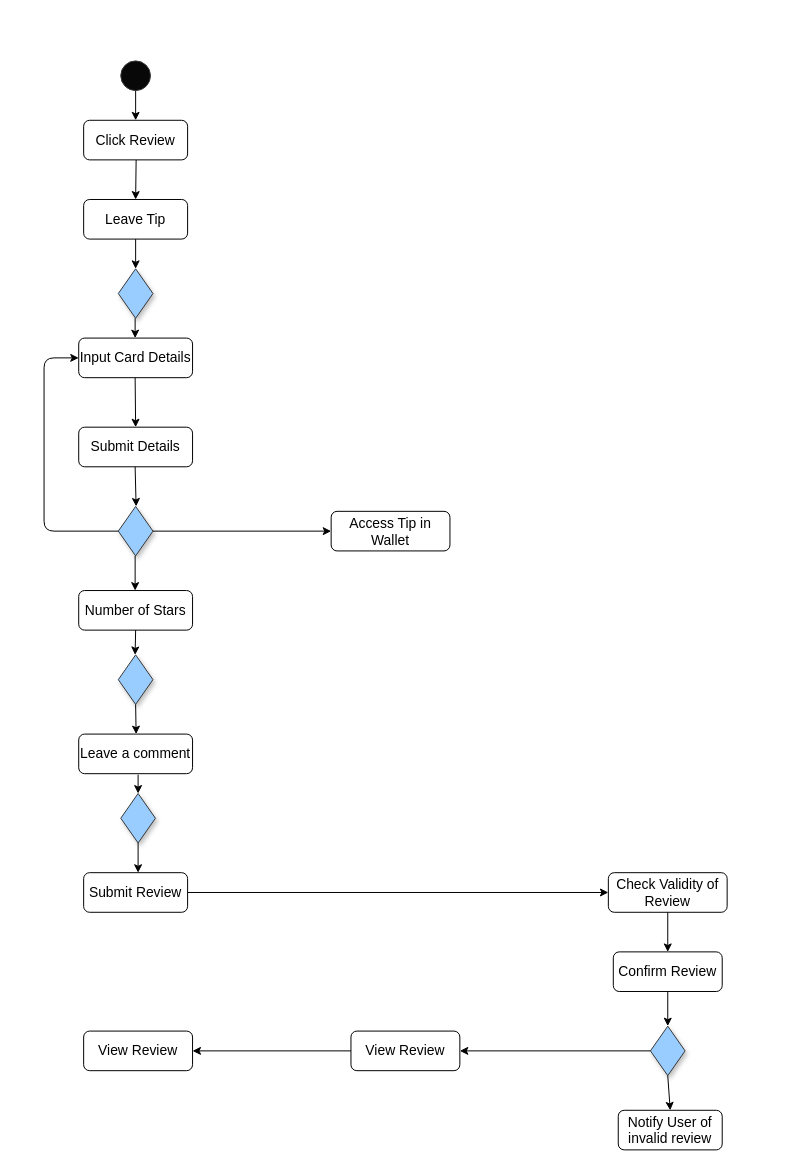
Earlier version of the draw.io diagram NewSwimLane.drawio (willdonlan8/hello-world). Source tidied: cells renumbered, new cells numbered last; positions are measured from the earlier drawing's top-left corner, leaving out a move shared by most shapes. Both pictures are drawn from the tidied source at 99%, with x=0, y=0 at pixel (44, 60).
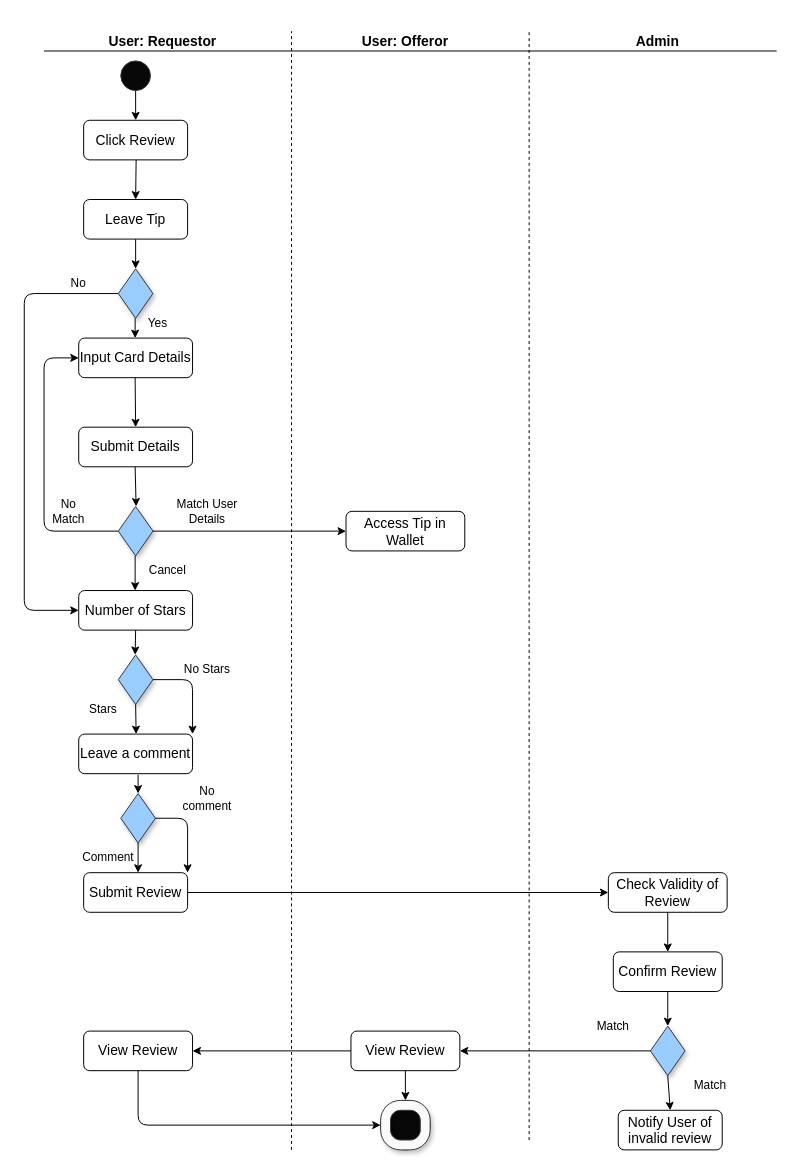
The same page after the edit.

The change refers to these unchanged cells:
```xml
<mxCell id="4" style="rhombus;whiteSpace=wrap;html=1;shadow=1;strokeColor=#363636;fillColor=#99CCFF;" parent="1" vertex="1">
  <mxGeometry x="75" y="210" width="35" height="50" as="geometry" />
</mxCell>
<mxCell id="5" value="&lt;font style=&quot;font-size: 14px&quot;&gt;Number of Stars&lt;/font&gt;" style="rounded=1;whiteSpace=wrap;html=1;" parent="1" vertex="1">
  <mxGeometry x="35" y="535" width="115" height="40" as="geometry" />
</mxCell>
<mxCell id="7" value="&lt;font style=&quot;font-size: 14px&quot;&gt;View Review&lt;/font&gt;" style="rounded=1;whiteSpace=wrap;html=1;" parent="1" vertex="1">
  <mxGeometry x="310" y="980" width="110" height="40" as="geometry" />
</mxCell>
<mxCell id="8" value="&lt;font style=&quot;font-size: 14px&quot;&gt;View Review&lt;/font&gt;" style="rounded=1;whiteSpace=wrap;html=1;" parent="1" vertex="1">
  <mxGeometry x="40" y="980" width="110" height="40" as="geometry" />
</mxCell>
<mxCell id="12" value="&lt;font style=&quot;font-size: 14px&quot;&gt;Leave a comment&lt;/font&gt;" style="rounded=1;whiteSpace=wrap;html=1;" parent="1" vertex="1">
  <mxGeometry x="35" y="680" width="115" height="40" as="geometry" />
</mxCell>
<mxCell id="14" value="&lt;font style=&quot;font-size: 14px&quot;&gt;Submit Review&lt;/font&gt;" style="rounded=1;whiteSpace=wrap;html=1;" parent="1" vertex="1">
  <mxGeometry x="40" y="820" width="105" height="40" as="geometry" />
</mxCell>
<mxCell id="17" style="rhombus;whiteSpace=wrap;html=1;shadow=1;strokeColor=#363636;fillColor=#99CCFF;" parent="1" vertex="1">
  <mxGeometry x="75" y="600" width="35" height="50" as="geometry" />
</mxCell>
```

What changed in the source:
```diff
@@
     <mxCell id="9" value="&lt;font style=&quot;font-size: 14px&quot;&gt;Access Tip in Wallet&lt;/font&gt;" style="rounded=1;whiteSpace=wrap;html=1;" parent="1" vertex="1">
-      <mxGeometry x="290" y="455" width="120" height="40" as="geometry" />
+      <mxGeometry x="305" y="455" width="120" height="40" as="geometry" />
     </mxCell>
@@
+    <mxCell id="40" style="ellipse;whiteSpace=wrap;html=1;shadow=0;strokeColor=#363636;fillColor=#080808;" parent="1" vertex="1">
+      <mxGeometry x="340" y="1050" width="50" height="50" as="geometry" />
+    </mxCell>
+    <mxCell id="41" style="verticalLabelPosition=bottom;verticalAlign=top;html=1;shape=mxgraph.basic.rounded_frame;dx=10;shadow=1;strokeColor=#363636;fillColor=#FAFAFA;" parent="1" vertex="1">
+      <mxGeometry x="340" y="1050" width="50" height="50" as="geometry" />
+    </mxCell>
+    <mxCell id="42" style="endArrow=classic;html=1;exitX=0.5;exitY=1;exitDx=0;exitDy=0;" parent="1" edge="1" source="7">
+      <mxGeometry relative="1" as="geometry">
+        <mxPoint x="365" y="1050" as="targetPoint" />
+      </mxGeometry>
+    </mxCell>
+    <mxCell id="43" style="endArrow=classic;html=1;exitX=0.5;exitY=1;exitDx=0;exitDy=0;entryX=0;entryY=0.5;entryDx=0;entryDy=0;entryPerimeter=0;" parent="1" edge="1" source="8" target="41">
+      <mxGeometry relative="1" as="geometry">
+        <Array as="points">
+          <mxPoint x="95" y="1075" />
+        </Array>
+      </mxGeometry>
+    </mxCell>
+    <mxCell id="44" style="endArrow=classic;html=1;exitX=0;exitY=0.5;exitDx=0;exitDy=0;entryX=0;entryY=0.5;entryDx=0;entryDy=0;" parent="1" edge="1" source="4" target="5">
+      <mxGeometry relative="1" as="geometry">
+        <Array as="points">
+          <mxPoint x="-20" y="235" />
+          <mxPoint x="-20" y="555" />
+        </Array>
+      </mxGeometry>
+    </mxCell>
+    <mxCell id="45" value="No" style="text;html=1;strokeColor=none;fillColor=none;align=center;verticalAlign=middle;whiteSpace=wrap;rounded=0;" parent="1" vertex="1">
+      <mxGeometry x="10" y="210" width="50" height="30" as="geometry" />
+    </mxCell>
+    <mxCell id="46" value="Yes" style="text;html=1;strokeColor=none;fillColor=none;align=center;verticalAlign=middle;whiteSpace=wrap;rounded=0;" parent="1" vertex="1">
+      <mxGeometry x="90" y="250" width="50" height="30" as="geometry" />
+    </mxCell>
+    <mxCell id="47" value="Match User Details" style="text;html=1;strokeColor=none;fillColor=none;align=center;verticalAlign=middle;whiteSpace=wrap;rounded=0;" parent="1" vertex="1">
+      <mxGeometry x="120" y="440" width="90" height="30" as="geometry" />
+    </mxCell>
+    <mxCell id="48" value="Cancel" style="text;html=1;strokeColor=none;fillColor=none;align=center;verticalAlign=middle;whiteSpace=wrap;rounded=0;" parent="1" vertex="1">
+      <mxGeometry x="100" y="500" width="50" height="30" as="geometry" />
+    </mxCell>
+    <mxCell id="49" value="No Match" style="text;html=1;strokeColor=none;fillColor=none;align=center;verticalAlign=middle;whiteSpace=wrap;rounded=0;" parent="1" vertex="1">
+      <mxGeometry y="440" width="50" height="30" as="geometry" />
+    </mxCell>
+    <mxCell id="50" style="endArrow=classic;html=1;exitX=1;exitY=0.5;exitDx=0;exitDy=0;entryX=1;entryY=0;entryDx=0;entryDy=0;" parent="1" edge="1" source="17" target="12">
+      <mxGeometry relative="1" as="geometry">
+        <Array as="points">
+          <mxPoint x="150" y="625" />
+        </Array>
+      </mxGeometry>
+    </mxCell>
+    <mxCell id="51" style="endArrow=classic;html=1;exitX=1;exitY=0.5;exitDx=0;exitDy=0;entryX=1;entryY=0;entryDx=0;entryDy=0;" parent="1" edge="1" target="14">
+      <mxGeometry relative="1" as="geometry">
+        <mxPoint x="112.5" y="765" as="sourcePoint" />
+        <Array as="points">
+          <mxPoint x="145" y="765" />
+        </Array>
+      </mxGeometry>
+    </mxCell>
+    <mxCell id="52" value="No Stars" style="text;html=1;strokeColor=none;fillColor=none;align=center;verticalAlign=middle;whiteSpace=wrap;rounded=0;" parent="1" vertex="1">
+      <mxGeometry x="140" y="600" width="50" height="30" as="geometry" />
+    </mxCell>
+    <mxCell id="53" value="Stars" style="text;html=1;strokeColor=none;fillColor=none;align=center;verticalAlign=middle;whiteSpace=wrap;rounded=0;" parent="1" vertex="1">
+      <mxGeometry x="35" y="640" width="50" height="30" as="geometry" />
+    </mxCell>
+    <mxCell id="54" value="No comment" style="text;html=1;strokeColor=none;fillColor=none;align=center;verticalAlign=middle;whiteSpace=wrap;rounded=0;" parent="1" vertex="1">
+      <mxGeometry x="140" y="730" width="50" height="30" as="geometry" />
+    </mxCell>
+    <mxCell id="55" value="Comment" style="text;html=1;strokeColor=none;fillColor=none;align=center;verticalAlign=middle;whiteSpace=wrap;rounded=0;" parent="1" vertex="1">
+      <mxGeometry x="40" y="790" width="50" height="30" as="geometry" />
+    </mxCell>
+    <mxCell id="56" value="Match" style="text;html=1;strokeColor=none;fillColor=none;align=center;verticalAlign=middle;whiteSpace=wrap;rounded=0;" parent="1" vertex="1">
+      <mxGeometry x="647.5" y="1020" width="50" height="30" as="geometry" />
+    </mxCell>
+    <mxCell id="57" value="Match" style="text;html=1;strokeColor=none;fillColor=none;align=center;verticalAlign=middle;whiteSpace=wrap;rounded=0;" parent="1" vertex="1">
+      <mxGeometry x="550" y="960" width="50" height="30" as="geometry" />
+    </mxCell>
+    <mxCell id="58" style="endArrow=none;dashed=1;html=1;" parent="1" edge="1">
+      <mxGeometry relative="1" as="geometry">
+        <mxPoint x="250" y="1100" as="sourcePoint" />
+        <mxPoint x="250" y="-30" as="targetPoint" />
+      </mxGeometry>
+    </mxCell>
+    <mxCell id="59" style="endArrow=none;dashed=1;html=1;" parent="1" edge="1">
+      <mxGeometry relative="1" as="geometry">
+        <mxPoint x="490" y="1090" as="sourcePoint" />
+        <mxPoint x="490" y="-30" as="targetPoint" />
+      </mxGeometry>
+    </mxCell>
+    <mxCell id="60" value="&lt;font style=&quot;font-size: 14px&quot;&gt;&lt;b&gt;User: Requestor&lt;/b&gt;&lt;/font&gt;" style="text;html=1;strokeColor=none;fillColor=none;align=center;verticalAlign=middle;whiteSpace=wrap;rounded=0;shadow=1;" parent="1" vertex="1">
+      <mxGeometry x="30" y="-40" width="180" height="40" as="geometry" />
+    </mxCell>
+    <mxCell id="61" value="&lt;font style=&quot;font-size: 14px&quot;&gt;&lt;b&gt;User: Offeror&lt;/b&gt;&lt;/font&gt;" style="text;html=1;strokeColor=none;fillColor=none;align=center;verticalAlign=middle;whiteSpace=wrap;rounded=0;shadow=1;" parent="1" vertex="1">
+      <mxGeometry x="275" y="-40" width="180" height="40" as="geometry" />
+    </mxCell>
+    <mxCell id="62" value="&lt;font style=&quot;font-size: 14px&quot;&gt;&lt;b&gt;Admin&lt;/b&gt;&lt;/font&gt;" style="text;html=1;strokeColor=none;fillColor=none;align=center;verticalAlign=middle;whiteSpace=wrap;rounded=0;shadow=1;" parent="1" vertex="1">
+      <mxGeometry x="530" y="-40" width="180" height="40" as="geometry" />
+    </mxCell>
+    <mxCell id="63" style="endArrow=none;html=1;exitX=0;exitY=0.75;exitDx=0;exitDy=0;" parent="1" edge="1">
+      <mxGeometry relative="1" as="geometry">
+        <mxPoint y="-10" as="sourcePoint" />
+        <mxPoint x="740" y="-10" as="targetPoint" />
+      </mxGeometry>
+    </mxCell>
```
